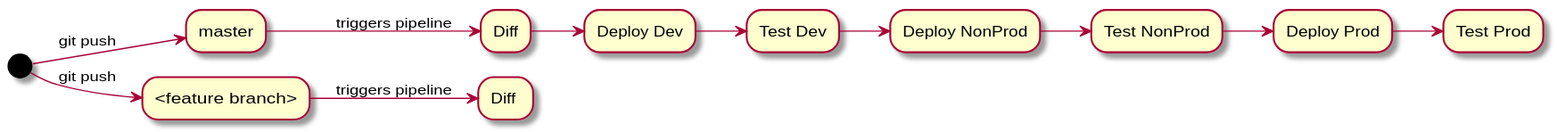
This is static/feature_branch_pipeline.svg from aarongorka/slides-aarongorka-com, a PlantUML export, as it was before one commit.
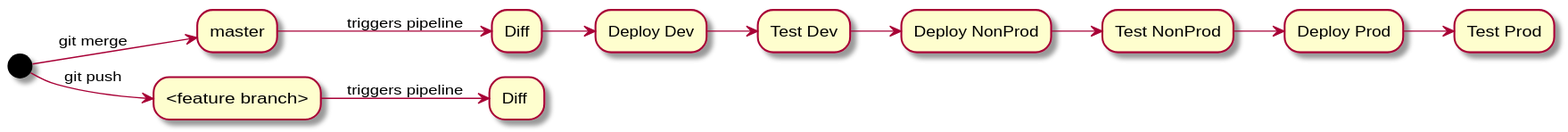
Above is the later version.

Commit message:
Fix feature branch pipeline example

The edit, as a diff of the source:
```diff
@@ -1,6 +1,6 @@
 @startuml
 left to right direction
-(*) --> [git push] "master"
+(*) --> [git merge] "master"
 (*) --> [git push] "<feature branch>"
 
 
```
